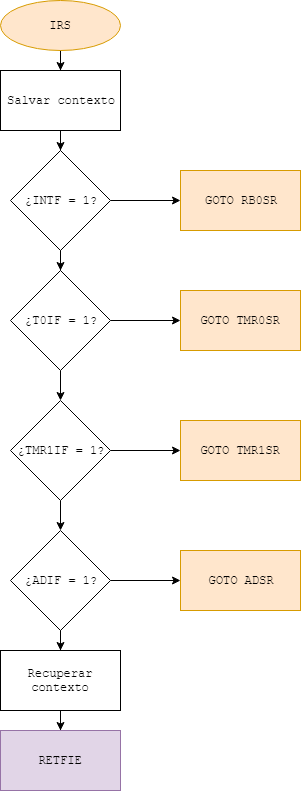
Before: TPFinal/Diagramas/IRS.png, a diagram exported from draw.io (tomasspi/EDII). Source tidied: cells renumbered, new cells last; positions are measured from the earlier drawing's top-left corner, leaving out a move shared by most shapes.
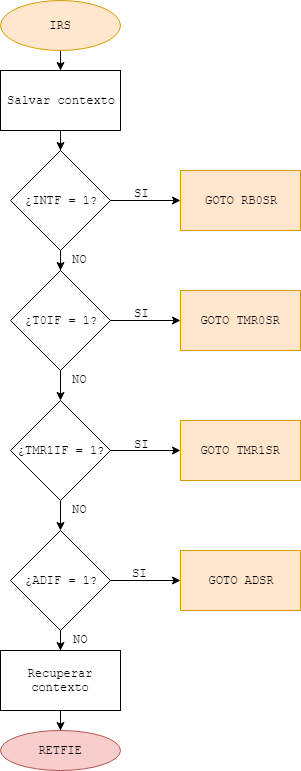
After the change.

The edit, as a diff of the source:
```diff
@@ -50,15 +50,14 @@
     <mxCell id="17" value="¿ADIF = 1?" style="rhombus;whiteSpace=wrap;html=1;fontFamily=Courier New;" parent="1" vertex="1">
       <mxGeometry x="10" y="530" width="100" height="100" as="geometry" />
     </mxCell>
-    <mxCell id="18" style="edgeStyle=orthogonalEdgeStyle;rounded=0;jettySize=auto;html=1;entryX=0.5;entryY=0;entryDx=0;entryDy=0;fontFamily=Courier New;" parent="1" edge="1" source="19" target="20">
-      <mxGeometry relative="1" as="geometry" />
+    <mxCell id="18" style="edgeStyle=orthogonalEdgeStyle;rounded=0;jettySize=auto;html=1;entryX=0.5;entryY=0;entryDx=0;entryDy=0;fontFamily=Courier New;" parent="1" edge="1" source="19">
+      <mxGeometry relative="1" as="geometry">
+        <mxPoint x="60" y="730" as="targetPoint" />
+      </mxGeometry>
     </mxCell>
     <mxCell id="19" value="Recuperar contexto" style="rounded=0;whiteSpace=wrap;html=1;fontFamily=Courier New;" parent="1" vertex="1">
       <mxGeometry y="650" width="120" height="60" as="geometry" />
     </mxCell>
-    <mxCell id="20" value="RETFIE" style="rounded=0;whiteSpace=wrap;html=1;fontFamily=Courier New;fillColor=#e1d5e7;strokeColor=#9673a6;" parent="1" vertex="1">
-      <mxGeometry y="730" width="120" height="60" as="geometry" />
-    </mxCell>
     <mxCell id="21" value="GOTO RB0SR" style="rounded=0;whiteSpace=wrap;html=1;fontFamily=Courier New;fillColor=#ffe6cc;strokeColor=#d79b00;" parent="1" vertex="1">
       <mxGeometry x="180" y="170" width="120" height="60" as="geometry" />
     </mxCell>
@@ -71,5 +70,32 @@
     <mxCell id="24" value="GOTO ADSR" style="rounded=0;whiteSpace=wrap;html=1;fontFamily=Courier New;fillColor=#ffe6cc;strokeColor=#d79b00;" parent="1" vertex="1">
       <mxGeometry x="180" y="550" width="120" height="60" as="geometry" />
     </mxCell>
+    <mxCell id="20" value="RETFIE" style="ellipse;whiteSpace=wrap;html=1;fillColor=#f8cecc;strokeColor=#b85450;fontFamily=Courier New;" parent="1" vertex="1">
+      <mxGeometry y="730" width="120" height="40" as="geometry" />
+    </mxCell>
+    <mxCell id="25" value="SI" style="text;html=1;align=left;verticalAlign=top;spacingTop=-4;fontFamily=Courier New;" parent="1" vertex="1">
+      <mxGeometry x="132" y="184" width="30" height="20" as="geometry" />
+    </mxCell>
+    <mxCell id="26" value="SI" style="text;html=1;align=left;verticalAlign=top;spacingTop=-4;fontFamily=Courier New;" parent="1" vertex="1">
+      <mxGeometry x="132" y="304" width="30" height="20" as="geometry" />
+    </mxCell>
+    <mxCell id="27" value="SI" style="text;html=1;align=left;verticalAlign=top;spacingTop=-4;fontFamily=Courier New;" parent="1" vertex="1">
+      <mxGeometry x="132" y="435" width="30" height="20" as="geometry" />
+    </mxCell>
+    <mxCell id="28" value="SI" style="text;html=1;align=left;verticalAlign=top;spacingTop=-4;fontFamily=Courier New;" parent="1" vertex="1">
+      <mxGeometry x="130" y="564" width="30" height="20" as="geometry" />
+    </mxCell>
+    <mxCell id="29" value="NO" style="text;html=1;align=left;verticalAlign=top;spacingTop=-4;fontFamily=Courier New;" parent="1" vertex="1">
+      <mxGeometry x="70" y="250" width="30" height="20" as="geometry" />
+    </mxCell>
+    <mxCell id="30" value="NO" style="text;html=1;align=left;verticalAlign=top;spacingTop=-4;fontFamily=Courier New;" parent="1" vertex="1">
+      <mxGeometry x="70" y="370" width="30" height="20" as="geometry" />
+    </mxCell>
+    <mxCell id="31" value="NO" style="text;html=1;align=left;verticalAlign=top;spacingTop=-4;fontFamily=Courier New;" parent="1" vertex="1">
+      <mxGeometry x="70" y="500" width="30" height="20" as="geometry" />
+    </mxCell>
+    <mxCell id="32" value="NO" style="text;html=1;align=left;verticalAlign=top;spacingTop=-4;fontFamily=Courier New;" parent="1" vertex="1">
+      <mxGeometry x="71" y="630" width="30" height="20" as="geometry" />
+    </mxCell>
   </root>
 </mxGraphModel>
```
